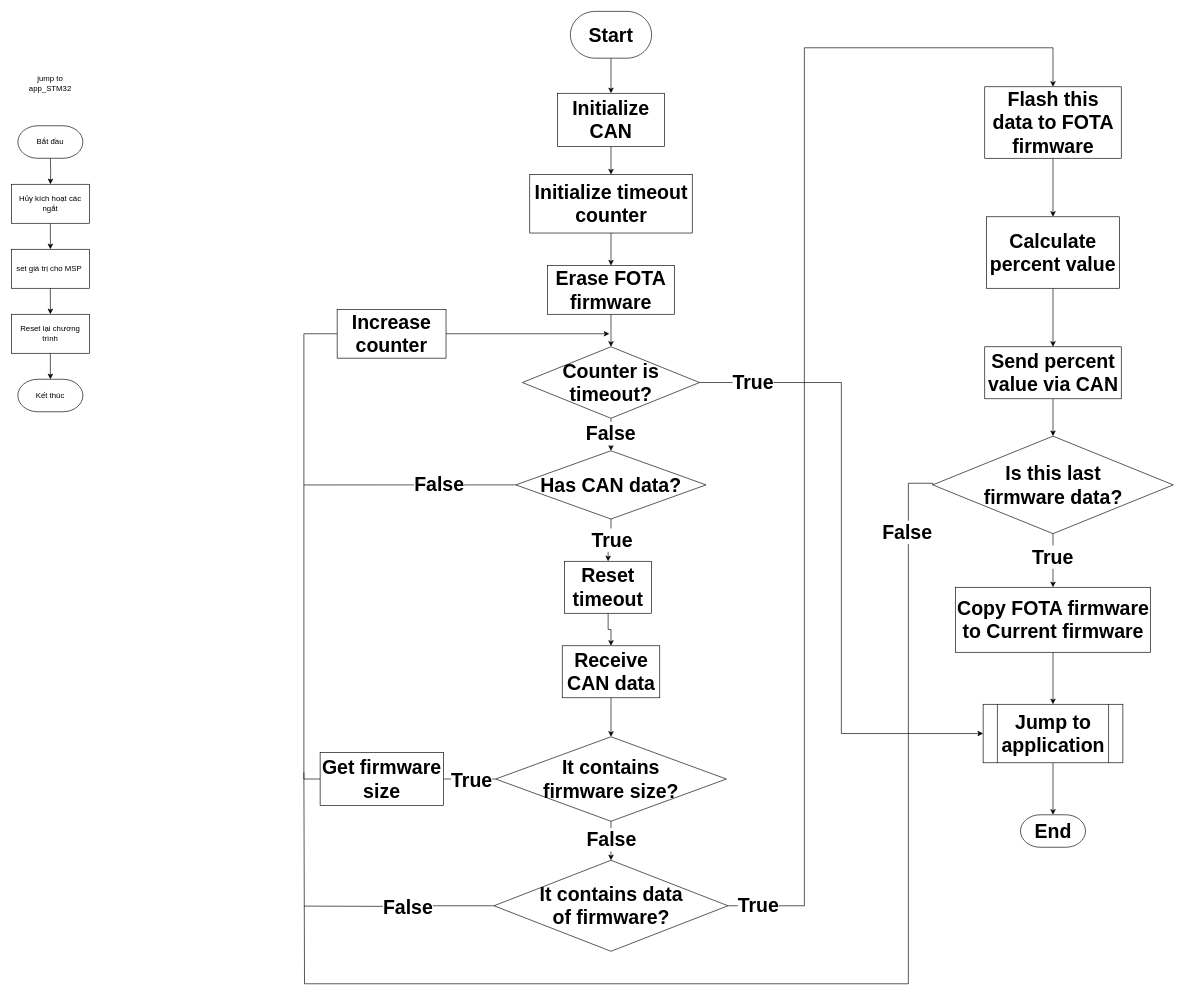
Earlier version of the draw.io diagram page "STM32" (1 of 6) of STM32_01.drawio (thanhtung386/web_iot_interface). Source tidied: cells renumbered, new cells numbered last; positions are measured from the earlier drawing's top-left corner, leaving out a move shared by most shapes. Both pictures are drawn from the tidied source at 65%, with x=0, y=0 at pixel (11, 11).
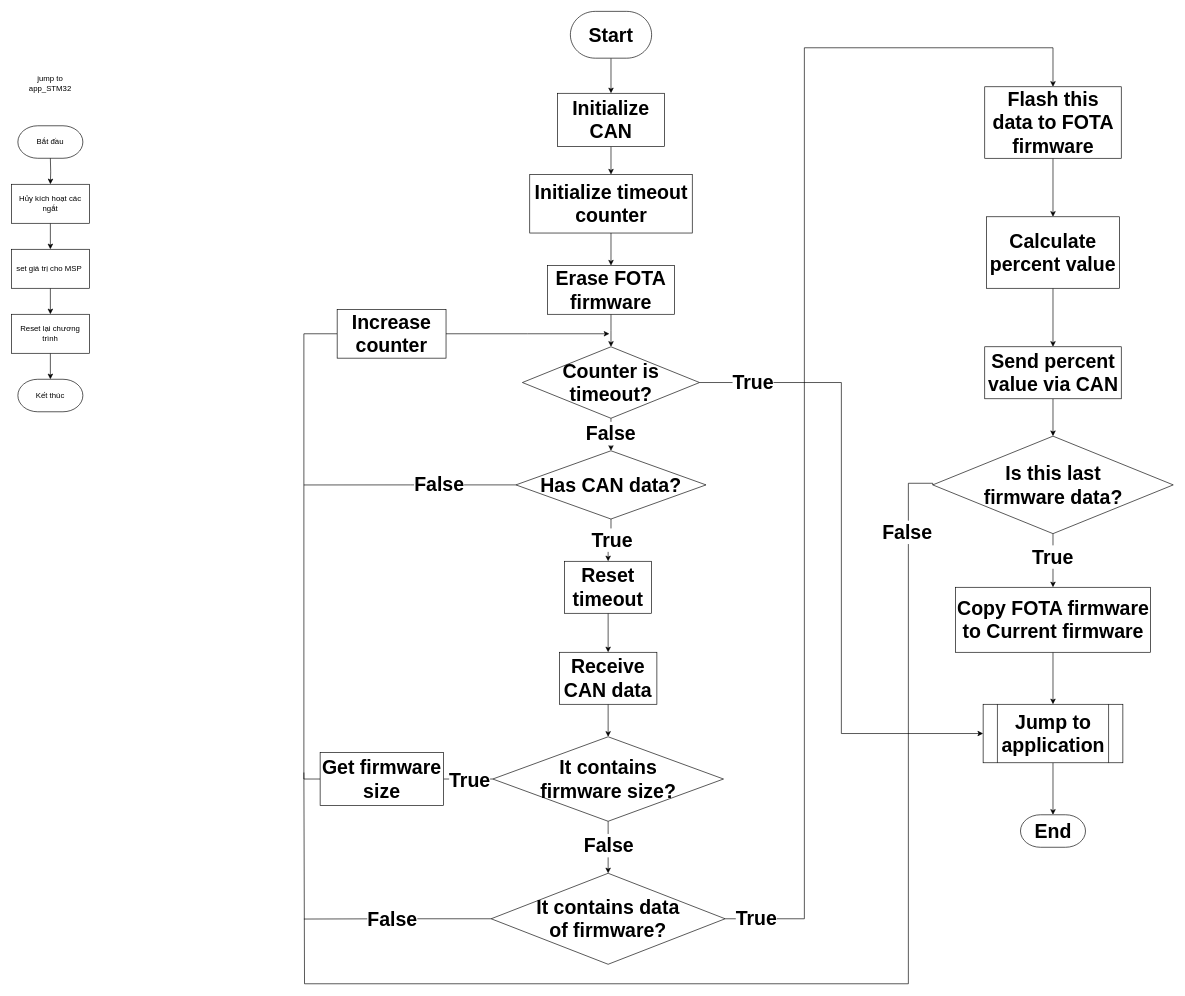
The same diagram, later.

Unchanged cells that the change refers to:
```xml
<mxCell id="34" value="Flash this data to FOTA firmware" style="rounded=0;whiteSpace=wrap;html=1;fontSize=30;fontStyle=1;fontFamily=Helvetica;" parent="1" vertex="1">
  <mxGeometry x="1497.5" y="116" width="210" height="110" as="geometry" />
</mxCell>
```

Change to the diagram source:
```diff
@@
     <mxCell id="25" value="It contains&lt;br style=&quot;font-size: 30px;&quot;&gt;firmware size?" style="rhombus;whiteSpace=wrap;html=1;fontSize=30;fontStyle=1;fontFamily=Helvetica;" parent="1" vertex="1">
-      <mxGeometry x="745" y="1116" width="355" height="130" as="geometry" />
+      <mxGeometry x="740.6" y="1116" width="355" height="130" as="geometry" />
     </mxCell>
@@
     <mxCell id="28" style="edgeStyle=orthogonalEdgeStyle;rounded=0;jettySize=auto;html=1;exitX=1;exitY=0.5;exitDx=0;exitDy=0;entryX=0.5;entryY=0;entryDx=0;entryDy=0;fontStyle=1;fontSize=30;" parent="1" edge="1" source="32" target="34">
       <mxGeometry relative="1" as="geometry">
         <Array as="points">
-          <mxPoint x="1220" y="1376" />
+          <mxPoint x="1220" y="1396" />
           <mxPoint x="1220" y="56" />
           <mxPoint x="1603" y="56" />
         </Array>
       </mxGeometry>
     </mxCell>
@@
-    <mxCell id="30" style="edgeStyle=orthogonalEdgeStyle;rounded=0;jettySize=auto;html=1;exitX=0;exitY=0.5;exitDx=0;exitDy=0;endArrow=none;endFill=0;fontStyle=1;fontSize=30;" parent="1" edge="1" source="32">
-      <mxGeometry relative="1" as="geometry">
-        <mxPoint x="450" y="1376.5" as="targetPoint" />
-      </mxGeometry>
-    </mxCell>
+    <mxCell id="64" style="edgeStyle=orthogonalEdgeStyle;rounded=0;jettySize=auto;html=1;exitX=0;exitY=0.5;exitDx=0;exitDy=0;endArrow=none;endFill=0;" parent="1" edge="1" source="32">
+      <mxGeometry relative="1" as="geometry">
+        <mxPoint x="450" y="1396.4" as="targetPoint" />
+      </mxGeometry>
+    </mxCell>
-    <mxCell id="31" value="False" style="edgeLabel;html=1;align=center;verticalAlign=middle;fontSize=30;fontStyle=1;" parent="30" vertex="1">
-      <mxGeometry x="-0.09" y="1" relative="1" as="geometry">
-        <mxPoint x="1" as="offset" />
+    <mxCell id="31" value="False" style="edgeLabel;html=1;align=center;verticalAlign=middle;fontStyle=1;fontSize=30;" parent="64" vertex="1">
+      <mxGeometry x="0.22" relative="1" as="geometry">
+        <mxPoint x="22" y="-1" as="offset" />
       </mxGeometry>
     </mxCell>
     <mxCell id="32" value="It contains data&lt;br style=&quot;font-size: 30px;&quot;&gt;of firmware?" style="rhombus;whiteSpace=wrap;html=1;fontSize=30;fontStyle=1;fontFamily=Helvetica;" parent="1" vertex="1">
-      <mxGeometry x="742.5" y="1306" width="360" height="140" as="geometry" />
+      <mxGeometry x="738.1" y="1326" width="360" height="140" as="geometry" />
     </mxCell>
@@
     <mxCell id="63" value="Receive CAN data" style="whiteSpace=wrap;html=1;fontSize=30;fontStyle=1;fontFamily=Helvetica;" parent="1" vertex="1">
-      <mxGeometry x="847.5" y="976" width="150" height="80" as="geometry" />
+      <mxGeometry x="843.1" y="986" width="150" height="80" as="geometry" />
     </mxCell>
```
